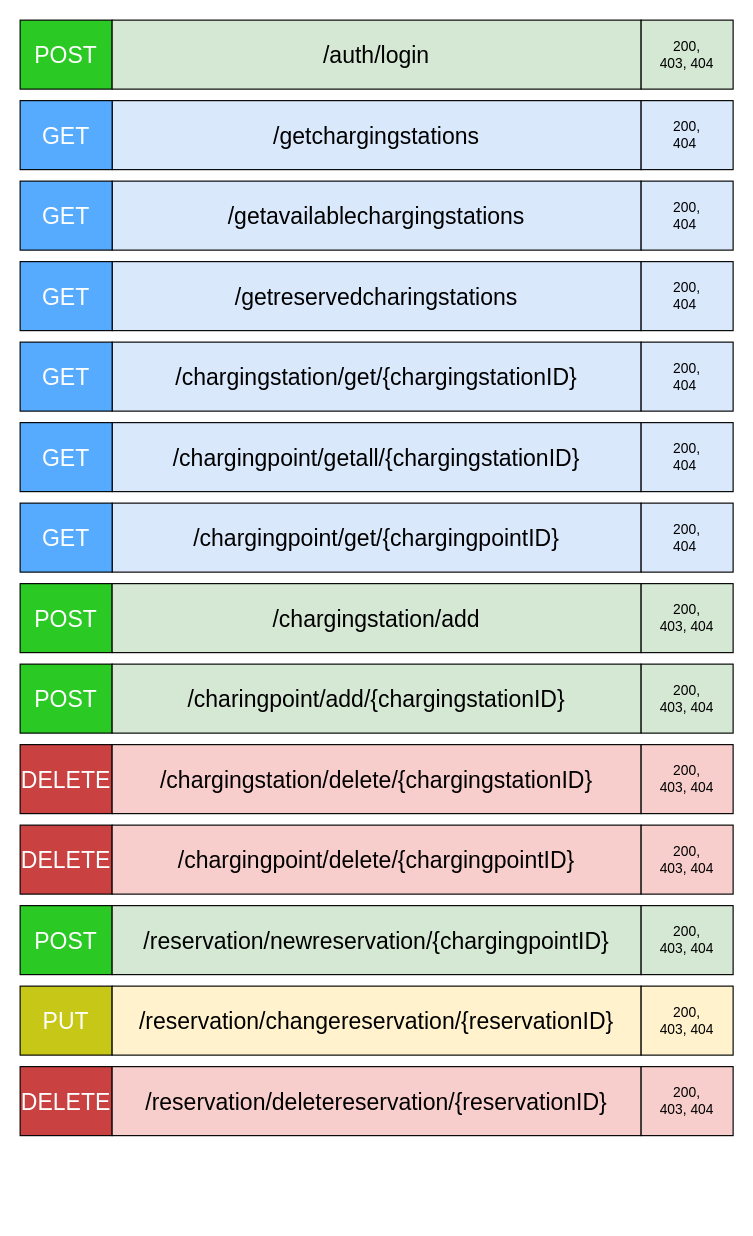
This is draw.io/CSR API Endpoints.drawio from 08micco/P6, a draw.io file, before an edit. Source tidied: cells renumbered, new cells numbered last; positions are measured from the earlier drawing's top-left corner, leaving out a move shared by most shapes. Both pictures are drawn from the tidied source at 115%, with x=0, y=0 at pixel (20, 20).
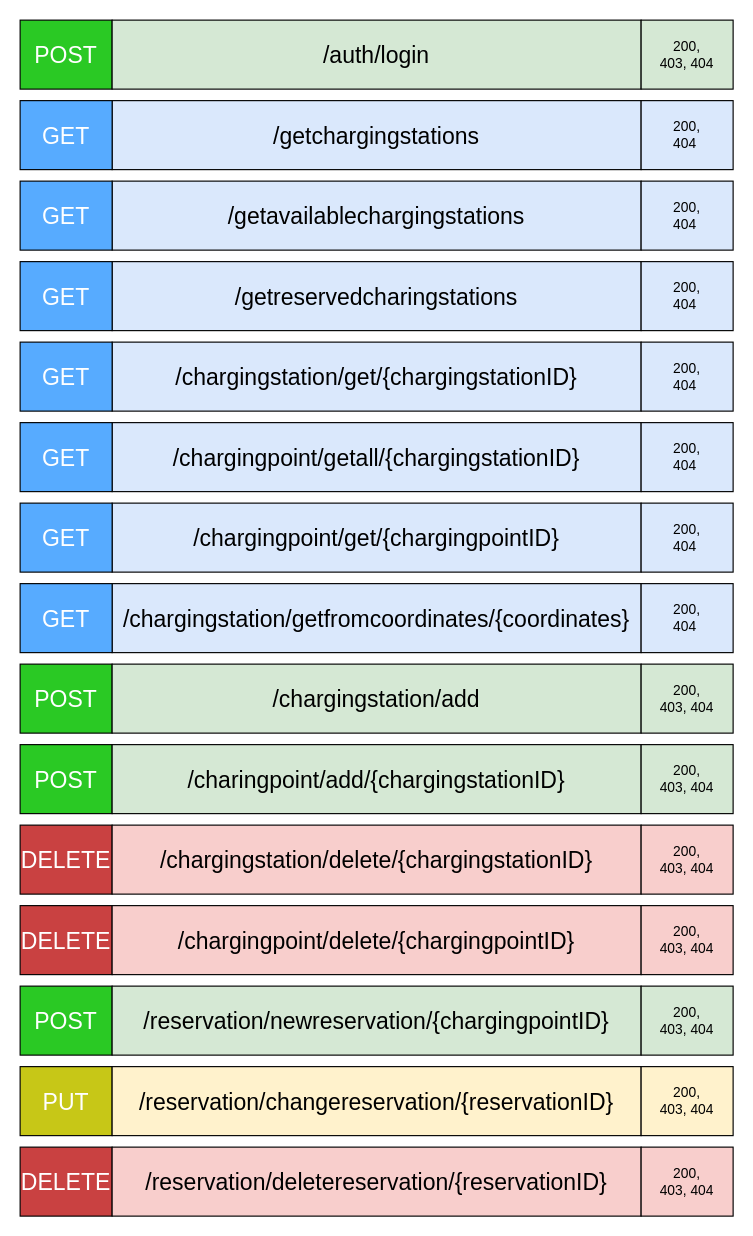
The same diagram, later.

Diff of the diagram source:
```diff
@@
     <mxCell id="4" value="&lt;font color=&quot;#ffffff&quot; style=&quot;font-size: 20px;&quot;&gt;DELETE&lt;/font&gt;" style="rounded=0;whiteSpace=wrap;html=1;fillColor=#C94141;strokeColor=#000000;" parent="1" vertex="1">
-      <mxGeometry y="630" width="80" height="60" as="geometry" />
+      <mxGeometry y="700" width="80" height="60" as="geometry" />
     </mxCell>
@@
     <mxCell id="9" value="&lt;font style=&quot;font-size: 20px;&quot;&gt;/chargingstation/delete/{chargingstationID}&lt;/font&gt;" style="rounded=0;whiteSpace=wrap;html=1;fillColor=#f8cecc;strokeColor=#000000;" parent="1" vertex="1">
-      <mxGeometry x="80" y="630" width="460" height="60" as="geometry" />
+      <mxGeometry x="80" y="700" width="460" height="60" as="geometry" />
     </mxCell>
     <mxCell id="10" value="200,&lt;div&gt;403, 404&lt;/div&gt;" style="rounded=0;whiteSpace=wrap;html=1;fillColor=#f8cecc;strokeColor=#000000;" parent="1" vertex="1">
-      <mxGeometry x="540" y="630" width="80" height="60" as="geometry" />
+      <mxGeometry x="540" y="700" width="80" height="60" as="geometry" />
     </mxCell>
@@
     <mxCell id="17" value="&lt;font color=&quot;#ffffff&quot; style=&quot;font-size: 20px;&quot;&gt;POST&lt;/font&gt;" style="rounded=0;whiteSpace=wrap;html=1;fillColor=#2AC924;strokeColor=#000000;" parent="1" vertex="1">
-      <mxGeometry y="490" width="80" height="60" as="geometry" />
+      <mxGeometry y="560" width="80" height="60" as="geometry" />
     </mxCell>
     <mxCell id="18" value="&lt;span style=&quot;font-size: 20px;&quot;&gt;/chargingstation/add&lt;/span&gt;" style="rounded=0;whiteSpace=wrap;html=1;fillColor=#d5e8d4;strokeColor=#000000;" parent="1" vertex="1">
-      <mxGeometry x="80" y="490" width="460" height="60" as="geometry" />
+      <mxGeometry x="80" y="560" width="460" height="60" as="geometry" />
     </mxCell>
     <mxCell id="19" value="200,&lt;div&gt;403, 404&lt;/div&gt;" style="rounded=0;whiteSpace=wrap;html=1;fillColor=#d5e8d4;strokeColor=#000000;" parent="1" vertex="1">
-      <mxGeometry x="540" y="490" width="80" height="60" as="geometry" />
+      <mxGeometry x="540" y="560" width="80" height="60" as="geometry" />
     </mxCell>
     <mxCell id="20" value="&lt;font color=&quot;#ffffff&quot; style=&quot;font-size: 20px;&quot;&gt;POST&lt;/font&gt;" style="rounded=0;whiteSpace=wrap;html=1;fillColor=#2AC924;strokeColor=#000000;" parent="1" vertex="1">
-      <mxGeometry y="560" width="80" height="60" as="geometry" />
+      <mxGeometry y="630" width="80" height="60" as="geometry" />
     </mxCell>
     <mxCell id="21" value="&lt;span style=&quot;font-size: 20px;&quot;&gt;/charingpoint/add/{chargingstationID}&lt;/span&gt;" style="rounded=0;whiteSpace=wrap;html=1;fillColor=#d5e8d4;strokeColor=#000000;" parent="1" vertex="1">
-      <mxGeometry x="80" y="560" width="460" height="60" as="geometry" />
+      <mxGeometry x="80" y="630" width="460" height="60" as="geometry" />
     </mxCell>
     <mxCell id="22" value="200,&lt;div&gt;403, 404&lt;/div&gt;" style="rounded=0;whiteSpace=wrap;html=1;fillColor=#d5e8d4;strokeColor=#000000;" parent="1" vertex="1">
-      <mxGeometry x="540" y="560" width="80" height="60" as="geometry" />
+      <mxGeometry x="540" y="630" width="80" height="60" as="geometry" />
     </mxCell>
     <mxCell id="23" value="&lt;font color=&quot;#ffffff&quot; style=&quot;font-size: 20px;&quot;&gt;DELETE&lt;/font&gt;" style="rounded=0;whiteSpace=wrap;html=1;fillColor=#C94141;strokeColor=#000000;" parent="1" vertex="1">
-      <mxGeometry y="700" width="80" height="60" as="geometry" />
+      <mxGeometry y="770" width="80" height="60" as="geometry" />
     </mxCell>
     <mxCell id="24" value="&lt;font style=&quot;font-size: 20px;&quot;&gt;/chargingpoint/delete/{chargingpointID}&lt;/font&gt;" style="rounded=0;whiteSpace=wrap;html=1;fillColor=#f8cecc;strokeColor=#000000;" parent="1" vertex="1">
-      <mxGeometry x="80" y="700" width="460" height="60" as="geometry" />
+      <mxGeometry x="80" y="770" width="460" height="60" as="geometry" />
     </mxCell>
     <mxCell id="25" value="200,&lt;div&gt;403, 404&lt;/div&gt;" style="rounded=0;whiteSpace=wrap;html=1;fillColor=#f8cecc;strokeColor=#000000;" parent="1" vertex="1">
-      <mxGeometry x="540" y="700" width="80" height="60" as="geometry" />
+      <mxGeometry x="540" y="770" width="80" height="60" as="geometry" />
     </mxCell>
     <mxCell id="26" value="&lt;font color=&quot;#ffffff&quot; style=&quot;font-size: 20px;&quot;&gt;POST&lt;/font&gt;" style="rounded=0;whiteSpace=wrap;html=1;fillColor=#2AC924;strokeColor=#000000;" parent="1" vertex="1">
-      <mxGeometry y="770" width="80" height="60" as="geometry" />
+      <mxGeometry y="840" width="80" height="60" as="geometry" />
     </mxCell>
     <mxCell id="27" value="&lt;span style=&quot;font-size: 20px;&quot;&gt;/reservation/newreservation/{chargingpointID}&lt;/span&gt;" style="rounded=0;whiteSpace=wrap;html=1;fillColor=#d5e8d4;strokeColor=#000000;" parent="1" vertex="1">
-      <mxGeometry x="80" y="770" width="460" height="60" as="geometry" />
+      <mxGeometry x="80" y="840" width="460" height="60" as="geometry" />
     </mxCell>
     <mxCell id="28" value="200,&lt;div&gt;403, 404&lt;/div&gt;" style="rounded=0;whiteSpace=wrap;html=1;fillColor=#d5e8d4;strokeColor=#000000;" parent="1" vertex="1">
-      <mxGeometry x="540" y="770" width="80" height="60" as="geometry" />
+      <mxGeometry x="540" y="840" width="80" height="60" as="geometry" />
     </mxCell>
     <mxCell id="29" value="&lt;font color=&quot;#ffffff&quot; style=&quot;font-size: 20px;&quot;&gt;PUT&lt;/font&gt;" style="rounded=0;whiteSpace=wrap;html=1;fillColor=#C7C717;strokeColor=#000000;" parent="1" vertex="1">
-      <mxGeometry y="840" width="80" height="60" as="geometry" />
+      <mxGeometry y="910" width="80" height="60" as="geometry" />
     </mxCell>
     <mxCell id="30" value="&lt;span style=&quot;font-size: 20px;&quot;&gt;/reservation/changereservation/{reservationID}&lt;/span&gt;" style="rounded=0;whiteSpace=wrap;html=1;fillColor=#fff2cc;strokeColor=#000000;" parent="1" vertex="1">
-      <mxGeometry x="80" y="840" width="460" height="60" as="geometry" />
+      <mxGeometry x="80" y="910" width="460" height="60" as="geometry" />
     </mxCell>
     <mxCell id="31" value="200,&lt;div&gt;403, 404&lt;/div&gt;" style="rounded=0;whiteSpace=wrap;html=1;fillColor=#fff2cc;strokeColor=#000000;" parent="1" vertex="1">
-      <mxGeometry x="540" y="840" width="80" height="60" as="geometry" />
+      <mxGeometry x="540" y="910" width="80" height="60" as="geometry" />
     </mxCell>
     <mxCell id="32" value="&lt;font color=&quot;#ffffff&quot; style=&quot;font-size: 20px;&quot;&gt;DELETE&lt;/font&gt;" style="rounded=0;whiteSpace=wrap;html=1;fillColor=#C94141;strokeColor=#000000;" parent="1" vertex="1">
-      <mxGeometry y="910" width="80" height="60" as="geometry" />
+      <mxGeometry y="980" width="80" height="60" as="geometry" />
     </mxCell>
     <mxCell id="33" value="&lt;font style=&quot;font-size: 20px;&quot;&gt;/reservation/deletereservation/{reservationID}&lt;/font&gt;" style="rounded=0;whiteSpace=wrap;html=1;fillColor=#f8cecc;strokeColor=#000000;" parent="1" vertex="1">
-      <mxGeometry x="80" y="910" width="460" height="60" as="geometry" />
+      <mxGeometry x="80" y="980" width="460" height="60" as="geometry" />
     </mxCell>
     <mxCell id="34" value="200,&lt;div&gt;403, 404&lt;/div&gt;" style="rounded=0;whiteSpace=wrap;html=1;fillColor=#f8cecc;strokeColor=#000000;" parent="1" vertex="1">
-      <mxGeometry x="540" y="910" width="80" height="60" as="geometry" />
+      <mxGeometry x="540" y="980" width="80" height="60" as="geometry" />
     </mxCell>
@@
+    <mxCell id="44" value="&lt;font style=&quot;font-size: 20px;&quot;&gt;/chargingstation/getfromcoordinates/{coordinates}&lt;/font&gt;" style="rounded=0;whiteSpace=wrap;html=1;fillColor=#dae8fc;strokeColor=#000000;" parent="1" vertex="1">
+      <mxGeometry x="80" y="490" width="460" height="60" as="geometry" />
+    </mxCell>
+    <mxCell id="45" value="&lt;font color=&quot;#ffffff&quot; style=&quot;font-size: 20px;&quot;&gt;GET&lt;/font&gt;" style="rounded=0;whiteSpace=wrap;html=1;fillColor=#57ABFF;strokeColor=#000000;" parent="1" vertex="1">
+      <mxGeometry y="490" width="80" height="60" as="geometry" />
+    </mxCell>
+    <mxCell id="46" value="200,&lt;div&gt;404&amp;nbsp;&lt;/div&gt;" style="rounded=0;whiteSpace=wrap;html=1;fillColor=#dae8fc;strokeColor=#000000;" parent="1" vertex="1">
+      <mxGeometry x="540" y="490" width="80" height="60" as="geometry" />
+    </mxCell>
```
